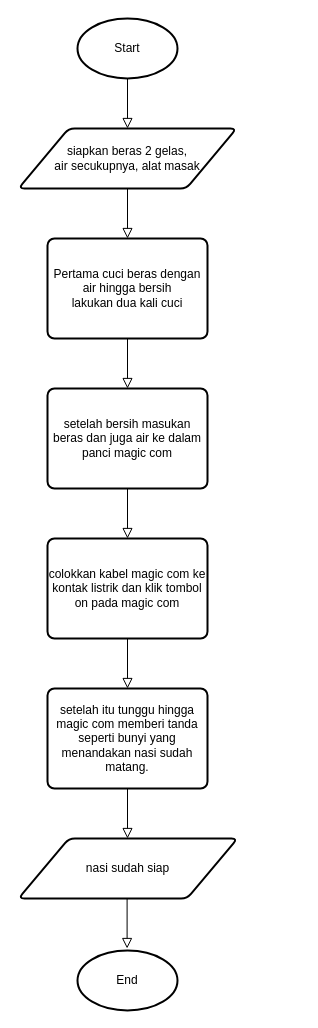
Earlier version of the draw.io diagram Untitled Diagram.drawio (RyanRamadhan11/drawio). Source tidied: cells renumbered, new cells numbered last; positions are measured from the earlier drawing's top-left corner, leaving out a move shared by most shapes. Both pictures are drawn from the tidied source at 100%, with x=0, y=0 at pixel (18, 18).
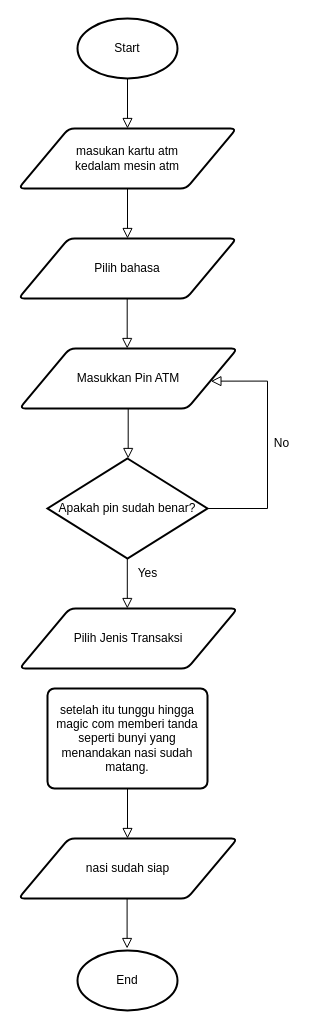
The same page after the edit.

Diff of the diagram source:
```diff
@@
-    <mxCell id="3" value="siapkan beras 2 gelas,&lt;br&gt; air secukupnya, alat masak " style="shape=parallelogram;html=1;strokeWidth=2;perimeter=parallelogramPerimeter;whiteSpace=wrap;rounded=1;arcSize=12;size=0.23;" parent="1" vertex="1">
+    <mxCell id="3" value="masukan kartu atm &lt;br&gt;kedalam mesin atm" style="shape=parallelogram;html=1;strokeWidth=2;perimeter=parallelogramPerimeter;whiteSpace=wrap;rounded=1;arcSize=12;size=0.23;" parent="1" vertex="1">
       <mxGeometry y="110" width="218" height="60" as="geometry" />
     </mxCell>
-    <mxCell id="4" value="Pertama cuci beras dengan air hingga bersih&lt;br&gt; lakukan dua kali cuci " style="rounded=1;whiteSpace=wrap;html=1;absoluteArcSize=1;arcSize=14;strokeWidth=2;" parent="1" vertex="1">
-      <mxGeometry x="29" y="220" width="160" height="100" as="geometry" />
-    </mxCell>
@@
-    <mxCell id="9" value="setelah bersih masukan beras dan juga air ke dalam panci magic com" style="rounded=1;whiteSpace=wrap;html=1;absoluteArcSize=1;arcSize=14;strokeWidth=2;" parent="1" vertex="1">
-      <mxGeometry x="29" y="370" width="160" height="100" as="geometry" />
-    </mxCell>
     <mxCell id="10" style="rounded=0;html=1;jettySize=auto;orthogonalLoop=1;fontSize=11;endArrow=block;endFill=0;endSize=8;strokeWidth=1;shadow=0;labelBackgroundColor=none;edgeStyle=orthogonalEdgeStyle;" parent="1" edge="1">
       <mxGeometry relative="1" as="geometry">
-        <mxPoint x="109" y="320" as="sourcePoint" />
-        <mxPoint x="109" y="370" as="targetPoint" />
+        <mxPoint x="108.7" y="280" as="sourcePoint" />
+        <mxPoint x="108.7" y="330" as="targetPoint" />
       </mxGeometry>
     </mxCell>
-    <mxCell id="11" value="colokkan kabel magic com ke kontak listrik dan klik tombol on pada magic com" style="rounded=1;whiteSpace=wrap;html=1;absoluteArcSize=1;arcSize=14;strokeWidth=2;" parent="1" vertex="1">
-      <mxGeometry x="29" y="520" width="160" height="100" as="geometry" />
-    </mxCell>
     <mxCell id="12" style="rounded=0;html=1;jettySize=auto;orthogonalLoop=1;fontSize=11;endArrow=block;endFill=0;endSize=8;strokeWidth=1;shadow=0;labelBackgroundColor=none;edgeStyle=orthogonalEdgeStyle;" parent="1" edge="1">
       <mxGeometry relative="1" as="geometry">
-        <mxPoint x="109" y="470" as="sourcePoint" />
-        <mxPoint x="109" y="520" as="targetPoint" />
+        <mxPoint x="109.7" y="390" as="sourcePoint" />
+        <mxPoint x="109.7" y="440" as="targetPoint" />
       </mxGeometry>
     </mxCell>
@@
-    <mxCell id="14" style="rounded=0;html=1;jettySize=auto;orthogonalLoop=1;fontSize=11;endArrow=block;endFill=0;endSize=8;strokeWidth=1;shadow=0;labelBackgroundColor=none;edgeStyle=orthogonalEdgeStyle;" parent="1" edge="1">
-      <mxGeometry relative="1" as="geometry">
-        <mxPoint x="109" y="620" as="sourcePoint" />
-        <mxPoint x="109" y="670" as="targetPoint" />
-      </mxGeometry>
-    </mxCell>
@@
+    <mxCell id="17" value="Pilih bahasa" style="shape=parallelogram;html=1;strokeWidth=2;perimeter=parallelogramPerimeter;whiteSpace=wrap;rounded=1;arcSize=12;size=0.23;" parent="1" vertex="1">
+      <mxGeometry y="220" width="218" height="60" as="geometry" />
+    </mxCell>
+    <mxCell id="18" value="Masukkan Pin ATM" style="shape=parallelogram;html=1;strokeWidth=2;perimeter=parallelogramPerimeter;whiteSpace=wrap;rounded=1;arcSize=12;size=0.23;" parent="1" vertex="1">
+      <mxGeometry x="1" y="330" width="218" height="60" as="geometry" />
+    </mxCell>
+    <mxCell id="19" value="Apakah pin sudah benar?" style="strokeWidth=2;html=1;shape=mxgraph.flowchart.decision;whiteSpace=wrap;" parent="1" vertex="1">
+      <mxGeometry x="29" y="440" width="160" height="100" as="geometry" />
+    </mxCell>
+    <mxCell id="20" style="rounded=0;html=1;jettySize=auto;fontSize=11;endArrow=block;endFill=0;endSize=8;strokeWidth=1;shadow=0;labelBackgroundColor=none;edgeStyle=orthogonalEdgeStyle;entryX=0.878;entryY=0.544;entryDx=0;entryDy=0;entryPerimeter=0;" parent="1" edge="1" target="18">
+      <mxGeometry relative="1" as="geometry">
+        <mxPoint x="189" y="490" as="sourcePoint" />
+        <Array as="points">
+          <mxPoint x="249" y="490" />
+          <mxPoint x="249" y="363" />
+        </Array>
+      </mxGeometry>
+    </mxCell>
+    <mxCell id="21" style="rounded=0;html=1;jettySize=auto;orthogonalLoop=1;fontSize=11;endArrow=block;endFill=0;endSize=8;strokeWidth=1;shadow=0;labelBackgroundColor=none;edgeStyle=orthogonalEdgeStyle;" parent="1" edge="1">
+      <mxGeometry relative="1" as="geometry">
+        <mxPoint x="108.8" y="540" as="sourcePoint" />
+        <mxPoint x="108.8" y="590" as="targetPoint" />
+      </mxGeometry>
+    </mxCell>
+    <mxCell id="22" value="Pilih Jenis Transaksi " style="shape=parallelogram;html=1;strokeWidth=2;perimeter=parallelogramPerimeter;whiteSpace=wrap;rounded=1;arcSize=12;size=0.23;" parent="1" vertex="1">
+      <mxGeometry x="1" y="590" width="218" height="60" as="geometry" />
+    </mxCell>
+    <mxCell id="23" value="No" style="text;html=1;align=center;verticalAlign=middle;strokeColor=none;fillColor=none;" parent="1" vertex="1">
+      <mxGeometry x="243" y="410" width="40" height="30" as="geometry" />
+    </mxCell>
+    <mxCell id="24" value="Yes" style="text;html=1;align=center;verticalAlign=middle;strokeColor=none;fillColor=none;" parent="1" vertex="1">
+      <mxGeometry x="109" y="540" width="40" height="30" as="geometry" />
+    </mxCell>
```
